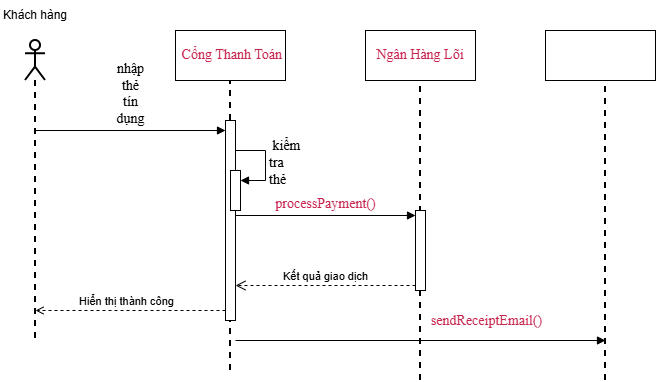
Above: bai2.drawio.png in Phan-tich-thiet-ke-he-thong/HCMKS25CNTT7_PT_PTHT_Session10_Ex02 (draw.io), before the change. Source tidied: cells renumbered, new cells last; positions are measured from the earlier drawing's top-left corner, leaving out a move shared by most shapes.
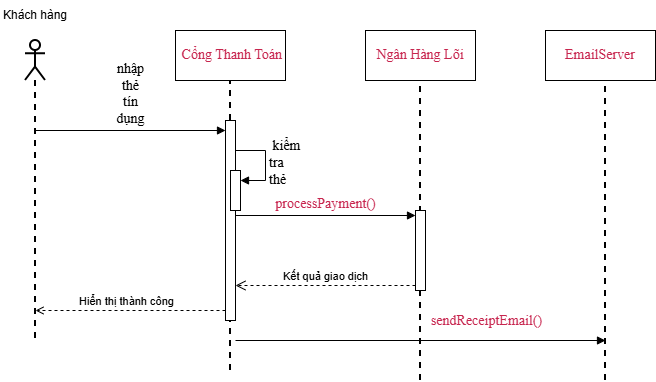
Later version of the same file.

Diff of the diagram source:
```diff
@@ -14,7 +14,7 @@
     <mxCell id="5" value="&lt;span style=&quot;font-family: SFProDisplay; font-size: 14px; text-align: start; background-color: rgb(255, 255, 255); color: light-dark(rgb(199, 37, 78), rgb(255, 255, 255));&quot;&gt;Ngân Hàng Lõi&lt;/span&gt;" style="html=1;whiteSpace=wrap;" parent="1" vertex="1">
       <mxGeometry x="365" y="30" width="110" height="50" as="geometry" />
     </mxCell>
-    <mxCell id="6" value="&lt;span style=&quot;font-family: SFProDisplay; font-size: 14px; text-align: start; background-color: light-dark(#ffffff, var(--ge-dark-color, #121212)); color: light-dark(rgb(255, 255, 255), rgb(254, 254, 254));&quot;&gt;EmailServer&lt;/span&gt;" style="html=1;whiteSpace=wrap;" parent="1" vertex="1">
+    <mxCell id="6" value="&lt;span style=&quot;font-family: SFProDisplay; font-size: 14px; text-align: start; background-color: light-dark(#ffffff, var(--ge-dark-color, #121212)); color: light-dark(rgb(199, 37, 78), rgb(255, 255, 255));&quot;&gt;EmailServer&lt;/span&gt;" style="html=1;whiteSpace=wrap;" parent="1" vertex="1">
       <mxGeometry x="545" y="30" width="110" height="50" as="geometry" />
     </mxCell>
     <mxCell id="7" value="&lt;span style=&quot;color: rgb(0, 0, 0); font-family: SFProDisplay; font-size: 14px; white-space: normal; background-color: rgb(255, 255, 255);&quot;&gt;nhập thẻ tín dụng&lt;/span&gt;" style="html=1;verticalAlign=bottom;endArrow=block;curved=0;rounded=0;align=center;" parent="1" edge="1" source="3">
```
